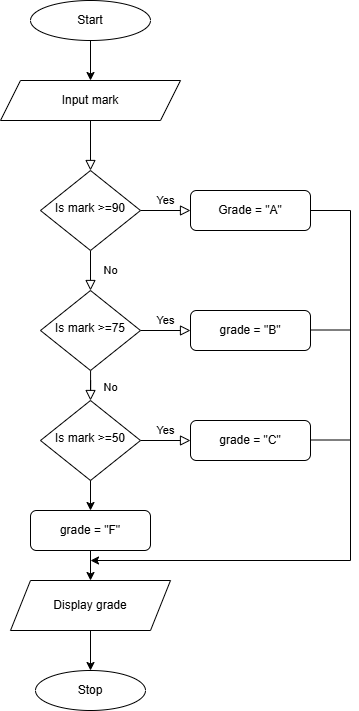
The draw.io diagram images/Q2.drawio.png in jayani-athukorala/algorithm-flowchart-exercise, before a commit. Source tidied: cells renumbered, new cells last; positions are measured from the earlier drawing's top-left corner, leaving out a move shared by most shapes.
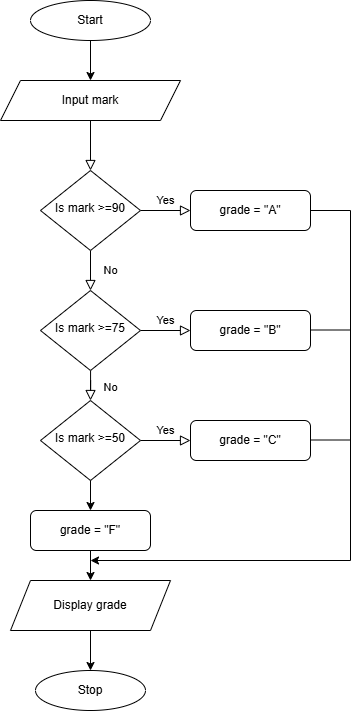
The same diagram one commit later.

Commit message:
modifications to Q2 flowchart

Diff of the diagram source:
```diff
@@ -16,7 +16,7 @@
     <mxCell id="5" value="Is mark &amp;gt;=90" style="rhombus;whiteSpace=wrap;html=1;shadow=0;fontFamily=Helvetica;fontSize=12;align=center;strokeWidth=1;spacing=6;spacingTop=-4;" parent="1" vertex="1">
       <mxGeometry x="40" y="170" width="100" height="80" as="geometry" />
     </mxCell>
-    <mxCell id="6" value="Grade = &quot;A&quot;" style="rounded=1;whiteSpace=wrap;html=1;fontSize=12;glass=0;strokeWidth=1;shadow=0;" parent="1" vertex="1">
+    <mxCell id="6" value="grade = &quot;A&quot;" style="rounded=1;whiteSpace=wrap;html=1;fontSize=12;glass=0;strokeWidth=1;shadow=0;" parent="1" vertex="1">
       <mxGeometry x="190" y="190" width="120" height="40" as="geometry" />
     </mxCell>
     <mxCell id="7" value="No" style="rounded=0;html=1;jettySize=auto;fontSize=11;endArrow=block;endFill=0;endSize=8;strokeWidth=1;shadow=0;labelBackgroundColor=none;edgeStyle=orthogonalEdgeStyle;" parent="1" edge="1" source="9">
```
